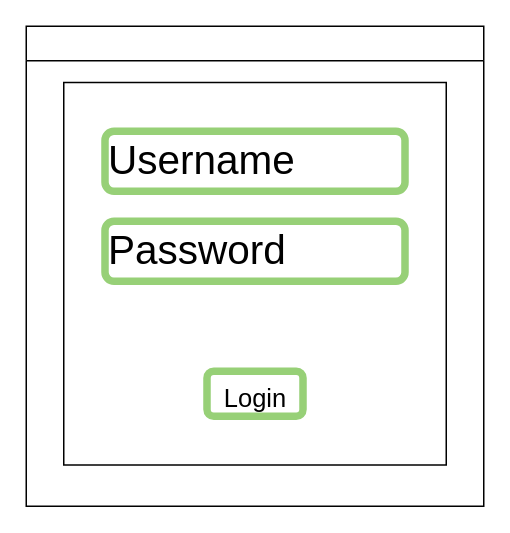
reacto11mecha/auto-attendance keeps this draw.io diagram as page "Recognize" (2 of 4) of assets/drawio/Diagram.drawio. Above is the earlier version. Source tidied: cells renumbered, new cells numbered last; positions are measured from the earlier drawing's top-left corner, leaving out a move shared by most shapes. Both pictures are drawn from the tidied source at 150%, with x=0, y=0 at pixel (26, 26).
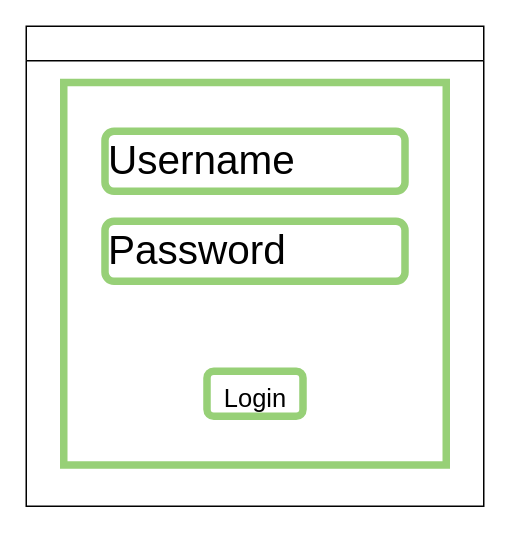
Above is the later version.

Diff of the diagram source:
```diff
@@
 <mxGraphModel>
   <root>
     <mxCell id="0" />
     <mxCell id="1" parent="0" />
     <mxCell id="2" style="swimlane;fontSize=21;verticalAlign=top;" parent="1" vertex="1">
       <mxGeometry width="305" height="320" as="geometry" />
     </mxCell>
-    <mxCell id="3" style="whiteSpace=wrap;html=1;fontSize=27;" parent="2" vertex="1">
+    <mxCell id="3" style="whiteSpace=wrap;html=1;fontSize=27;strokeWidth=5;strokeColor=#97D077;" parent="2" vertex="1">
       <mxGeometry x="25" y="37.5" width="255" height="255" as="geometry" />
     </mxCell>
     <mxCell id="4" value="Password" style="rounded=1;whiteSpace=wrap;html=1;fontSize=27;fillColor=#FFFFFF;strokeColor=#97D077;strokeWidth=5;align=left;" parent="2" vertex="1">
       <mxGeometry x="52.5" y="130" width="200" height="40" as="geometry" />
     </mxCell>
     <mxCell id="5" value="Username" style="rounded=1;whiteSpace=wrap;html=1;fontSize=27;strokeWidth=5;strokeColor=#97D077;align=left;" parent="2" vertex="1">
       <mxGeometry x="52.5" y="70" width="200" height="40" as="geometry" />
     </mxCell>
     <mxCell id="6" value="&lt;font style=&quot;font-size: 17px&quot;&gt;Login&lt;/font&gt;" style="rounded=1;whiteSpace=wrap;html=1;fontSize=27;align=center;horizontal=1;strokeWidth=5;strokeColor=#97D077;" parent="2" vertex="1">
       <mxGeometry x="120.5" y="230" width="64" height="30" as="geometry" />
     </mxCell>
   </root>
 </mxGraphModel>
```
